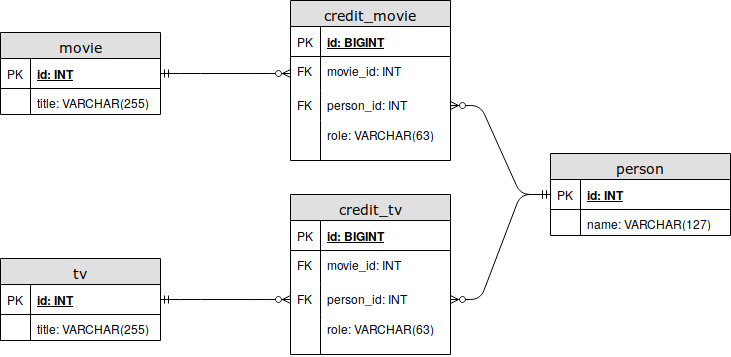
Earlier version of the draw.io export docs/db.png (thebarbershop/tmdb-crawler). Source tidied: cells renumbered, new cells last; positions are measured from the earlier drawing's top-left corner, leaving out a move shared by most shapes.
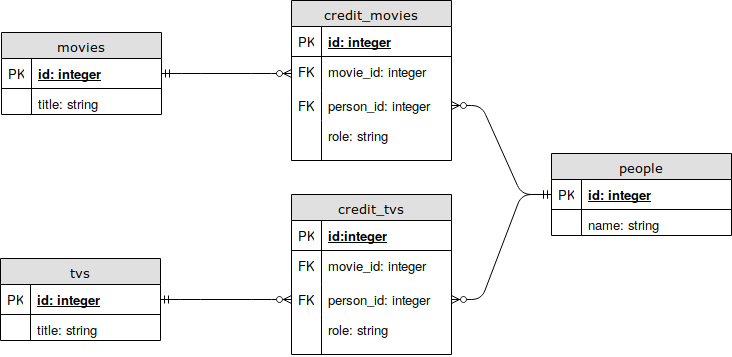
After the change.

Diff of the diagram source:
```diff
@@ -2,148 +2,130 @@
   <root>
     <mxCell id="0" />
     <mxCell id="1" parent="0" />
-    <mxCell id="2" style="edgeStyle=orthogonalEdgeStyle;html=1;endArrow=ERoneToMany;startArrow=ERmandOne;labelBackgroundColor=none;fontFamily=Verdana;fontSize=14;entryX=0;entryY=0.5;exitX=0;exitY=0.5;" parent="1" edge="1" source="x">
-      <mxGeometry relative="1" as="geometry">
-        <mxPoint x="260" as="targetPoint" />
-        <Array as="points">
-          <mxPoint x="220" y="162" />
-          <mxPoint x="220" />
-        </Array>
-      </mxGeometry>
-    </mxCell>
-    <mxCell id="3" style="edgeStyle=orthogonalEdgeStyle;html=1;endArrow=ERzeroToMany;endFill=1;startArrow=ERzeroToMany;labelBackgroundColor=none;fontFamily=Verdana;fontSize=14;entryX=0;entryY=0.5;exitX=0;exitY=0.5;" parent="1" edge="1" source="x">
-      <mxGeometry relative="1" as="geometry">
-        <mxPoint x="260" y="242" as="targetPoint" />
-        <Array as="points">
-          <mxPoint x="220" y="382" />
-          <mxPoint x="220" y="242" />
-        </Array>
-      </mxGeometry>
-    </mxCell>
-    <mxCell id="4" style="edgeStyle=entityRelationEdgeStyle;fontSize=12;html=1;endArrow=ERzeroToMany;startArrow=ERmandOne;" parent="1" edge="1" source="37" target="12">
+    <mxCell id="4" style="edgeStyle=entityRelationEdgeStyle;fontSize=13;html=1;endArrow=ERzeroToMany;startArrow=ERmandOne;" parent="1" edge="1" source="37" target="12">
       <mxGeometry relative="1" as="geometry" />
     </mxCell>
-    <mxCell id="5" style="edgeStyle=entityRelationEdgeStyle;fontSize=12;html=1;endArrow=ERzeroToMany;startArrow=ERmandOne;" parent="1" edge="1" source="42" target="14">
+    <mxCell id="5" style="edgeStyle=entityRelationEdgeStyle;fontSize=13;html=1;endArrow=ERzeroToMany;startArrow=ERmandOne;" parent="1" edge="1" source="42" target="14">
       <mxGeometry relative="1" as="geometry" />
     </mxCell>
-    <mxCell id="6" style="edgeStyle=entityRelationEdgeStyle;fontSize=12;html=1;endArrow=ERzeroToMany;startArrow=ERmandOne;exitX=1;exitY=0.5;exitDx=0;exitDy=0;" parent="1" edge="1" source="30" target="24">
+    <mxCell id="6" style="edgeStyle=entityRelationEdgeStyle;fontSize=13;html=1;endArrow=ERzeroToMany;startArrow=ERmandOne;exitX=1;exitY=0.5;exitDx=0;exitDy=0;" parent="1" edge="1" source="30" target="24">
       <mxGeometry relative="1" as="geometry" />
     </mxCell>
-    <mxCell id="7" style="edgeStyle=entityRelationEdgeStyle;fontSize=12;html=1;endArrow=ERzeroToMany;startArrow=ERmandOne;" parent="1" edge="1" source="42" target="24">
+    <mxCell id="7" style="edgeStyle=entityRelationEdgeStyle;fontSize=13;html=1;endArrow=ERzeroToMany;startArrow=ERmandOne;" parent="1" edge="1" source="42" target="24">
       <mxGeometry relative="1" as="geometry" />
     </mxCell>
-    <mxCell id="8" style="group;" parent="1" vertex="1">
+    <mxCell id="8" style="group;fontSize=13;" parent="1" vertex="1">
       <mxGeometry x="290" y="90" width="160" height="160" as="geometry" />
     </mxCell>
-    <mxCell id="9" value="&lt;div&gt;credit_movie&lt;/div&gt;" style="swimlane;html=1;fontStyle=0;horizontal=1;startSize=26;fillColor=#e0e0e0;swimlaneFillColor=#ffffff;align=center;rounded=0;shadow=0;comic=0;labelBackgroundColor=none;strokeColor=#000000;strokeWidth=1;fontFamily=Verdana;fontSize=14;fontColor=#000000;swimlaneLine=1;" parent="8" vertex="1">
+    <mxCell id="9" value="&lt;div style=&quot;font-size: 13px;&quot;&gt;credit_movies&lt;/div&gt;" style="swimlane;html=1;fontStyle=0;horizontal=1;startSize=26;fillColor=#e0e0e0;swimlaneFillColor=#ffffff;align=center;rounded=0;shadow=0;comic=0;labelBackgroundColor=none;strokeColor=#000000;strokeWidth=1;fontFamily=Verdana;fontSize=13;fontColor=#000000;swimlaneLine=1;" parent="8" vertex="1">
       <mxGeometry y="-3" width="160" height="160" as="geometry" />
     </mxCell>
-    <mxCell id="10" value="id: BIGINT" style="shape=partialRectangle;top=0;left=0;right=0;bottom=1;html=1;align=left;verticalAlign=middle;fillColor=none;spacingLeft=34;spacingRight=4;whiteSpace=wrap;overflow=hidden;fontStyle=5;" parent="9" vertex="1">
+    <mxCell id="10" value="id: integer" style="shape=partialRectangle;top=0;left=0;right=0;bottom=1;html=1;align=left;verticalAlign=middle;fillColor=none;spacingLeft=34;spacingRight=4;whiteSpace=wrap;overflow=hidden;fontStyle=5;fontSize=13;" parent="9" vertex="1">
       <mxGeometry y="26" width="160" height="30" as="geometry" />
     </mxCell>
-    <mxCell id="11" value="PK" style="shape=partialRectangle;top=0;left=0;bottom=0;html=1;fillColor=none;align=left;verticalAlign=middle;spacingLeft=4;spacingRight=4;whiteSpace=wrap;overflow=hidden;" parent="10" vertex="1">
+    <mxCell id="11" value="PK" style="shape=partialRectangle;top=0;left=0;bottom=0;html=1;fillColor=none;align=left;verticalAlign=middle;spacingLeft=4;spacingRight=4;whiteSpace=wrap;overflow=hidden;fontSize=13;" parent="10" vertex="1">
       <mxGeometry width="30" height="30" as="geometry" />
     </mxCell>
-    <mxCell id="12" value="movie_id: INT" style="shape=partialRectangle;top=0;left=0;right=0;bottom=0;html=1;align=left;verticalAlign=top;fillColor=none;spacingLeft=34;spacingRight=4;whiteSpace=wrap;overflow=hidden;points=[[0,0.5],[1,0.5]];portConstraint=eastwest;shadow=0;" parent="9" vertex="1">
+    <mxCell id="12" value="movie_id: integer" style="shape=partialRectangle;top=0;left=0;right=0;bottom=0;html=1;align=left;verticalAlign=top;fillColor=none;spacingLeft=34;spacingRight=4;whiteSpace=wrap;overflow=hidden;points=[[0,0.5],[1,0.5]];portConstraint=eastwest;shadow=0;fontSize=13;" parent="9" vertex="1">
       <mxGeometry y="56" width="160" height="34" as="geometry" />
     </mxCell>
-    <mxCell id="13" value="FK" style="shape=partialRectangle;top=0;left=0;bottom=0;html=1;fillColor=none;align=left;verticalAlign=top;spacingLeft=4;spacingRight=4;whiteSpace=wrap;overflow=hidden;" parent="12" vertex="1">
+    <mxCell id="13" value="FK" style="shape=partialRectangle;top=0;left=0;bottom=0;html=1;fillColor=none;align=left;verticalAlign=top;spacingLeft=4;spacingRight=4;whiteSpace=wrap;overflow=hidden;fontSize=13;" parent="12" vertex="1">
       <mxGeometry width="30" height="34" as="geometry" />
     </mxCell>
-    <mxCell id="14" value="person_id: INT" style="shape=partialRectangle;top=0;left=0;right=0;bottom=0;html=1;align=left;verticalAlign=top;fillColor=none;spacingLeft=34;spacingRight=4;whiteSpace=wrap;overflow=hidden;points=[[0,0.5],[1,0.5]];portConstraint=eastwest;shadow=0;" parent="9" vertex="1">
+    <mxCell id="14" value="person_id: integer" style="shape=partialRectangle;top=0;left=0;right=0;bottom=0;html=1;align=left;verticalAlign=top;fillColor=none;spacingLeft=34;spacingRight=4;whiteSpace=wrap;overflow=hidden;points=[[0,0.5],[1,0.5]];portConstraint=eastwest;shadow=0;fontSize=13;" parent="9" vertex="1">
       <mxGeometry y="90" width="160" height="30" as="geometry" />
     </mxCell>
-    <mxCell id="15" value="FK" style="shape=partialRectangle;top=0;left=0;bottom=0;html=1;fillColor=none;align=left;verticalAlign=top;spacingLeft=4;spacingRight=4;whiteSpace=wrap;overflow=hidden;" parent="14" vertex="1">
+    <mxCell id="15" value="FK" style="shape=partialRectangle;top=0;left=0;bottom=0;html=1;fillColor=none;align=left;verticalAlign=top;spacingLeft=4;spacingRight=4;whiteSpace=wrap;overflow=hidden;fontSize=13;" parent="14" vertex="1">
       <mxGeometry width="30" height="30" as="geometry" />
     </mxCell>
-    <mxCell id="16" value="role: VARCHAR(63)" style="shape=partialRectangle;top=0;left=0;right=0;bottom=0;html=1;align=left;verticalAlign=top;fillColor=none;spacingLeft=34;spacingRight=4;whiteSpace=wrap;overflow=hidden;shadow=0;" parent="9" vertex="1">
+    <mxCell id="16" value="role: string" style="shape=partialRectangle;top=0;left=0;right=0;bottom=0;html=1;align=left;verticalAlign=top;fillColor=none;spacingLeft=34;spacingRight=4;whiteSpace=wrap;overflow=hidden;shadow=0;fontSize=13;" parent="9" vertex="1">
       <mxGeometry y="120" width="160" height="40" as="geometry" />
     </mxCell>
-    <mxCell id="17" style="shape=partialRectangle;top=0;left=0;bottom=0;html=1;fillColor=none;align=left;verticalAlign=top;spacingLeft=4;spacingRight=4;whiteSpace=wrap;overflow=hidden;" parent="16" vertex="1">
+    <mxCell id="17" style="shape=partialRectangle;top=0;left=0;bottom=0;html=1;fillColor=none;align=left;verticalAlign=top;spacingLeft=4;spacingRight=4;whiteSpace=wrap;overflow=hidden;fontSize=13;" parent="16" vertex="1">
       <mxGeometry width="30" height="40" as="geometry" />
     </mxCell>
-    <mxCell id="18" style="group;" parent="1" vertex="1">
+    <mxCell id="18" style="group;fontSize=13;" parent="1" vertex="1">
       <mxGeometry x="290" y="281" width="160" height="160" as="geometry" />
     </mxCell>
-    <mxCell id="19" value="&lt;div&gt;credit_tv&lt;/div&gt;" style="swimlane;html=1;fontStyle=0;horizontal=1;startSize=26;fillColor=#e0e0e0;swimlaneFillColor=#ffffff;align=center;rounded=0;shadow=0;comic=0;labelBackgroundColor=none;strokeColor=#000000;strokeWidth=1;fontFamily=Verdana;fontSize=14;fontColor=#000000;swimlaneLine=1;" parent="18" vertex="1">
+    <mxCell id="19" value="&lt;div style=&quot;font-size: 13px;&quot;&gt;credit_tvs&lt;/div&gt;" style="swimlane;html=1;fontStyle=0;horizontal=1;startSize=26;fillColor=#e0e0e0;swimlaneFillColor=#ffffff;align=center;rounded=0;shadow=0;comic=0;labelBackgroundColor=none;strokeColor=#000000;strokeWidth=1;fontFamily=Verdana;fontSize=13;fontColor=#000000;swimlaneLine=1;" parent="18" vertex="1">
       <mxGeometry width="160" height="160" as="geometry" />
     </mxCell>
-    <mxCell id="20" value="id: BIGINT" style="shape=partialRectangle;top=0;left=0;right=0;bottom=1;html=1;align=left;verticalAlign=middle;fillColor=none;spacingLeft=34;spacingRight=4;whiteSpace=wrap;overflow=hidden;fontStyle=5;" parent="19" vertex="1">
+    <mxCell id="20" value="id:integer" style="shape=partialRectangle;top=0;left=0;right=0;bottom=1;html=1;align=left;verticalAlign=middle;fillColor=none;spacingLeft=34;spacingRight=4;whiteSpace=wrap;overflow=hidden;fontStyle=5;fontSize=13;" parent="19" vertex="1">
       <mxGeometry y="26" width="160" height="30" as="geometry" />
     </mxCell>
-    <mxCell id="21" value="PK" style="shape=partialRectangle;top=0;left=0;bottom=0;html=1;fillColor=none;align=left;verticalAlign=middle;spacingLeft=4;spacingRight=4;whiteSpace=wrap;overflow=hidden;" parent="20" vertex="1">
+    <mxCell id="21" value="PK" style="shape=partialRectangle;top=0;left=0;bottom=0;html=1;fillColor=none;align=left;verticalAlign=middle;spacingLeft=4;spacingRight=4;whiteSpace=wrap;overflow=hidden;fontSize=13;" parent="20" vertex="1">
       <mxGeometry width="30" height="30" as="geometry" />
     </mxCell>
-    <mxCell id="22" value="movie_id: INT" style="shape=partialRectangle;top=0;left=0;right=0;bottom=0;html=1;align=left;verticalAlign=top;fillColor=none;spacingLeft=34;spacingRight=4;whiteSpace=wrap;overflow=hidden;shadow=0;" parent="19" vertex="1">
+    <mxCell id="22" value="movie_id: integer" style="shape=partialRectangle;top=0;left=0;right=0;bottom=0;html=1;align=left;verticalAlign=top;fillColor=none;spacingLeft=34;spacingRight=4;whiteSpace=wrap;overflow=hidden;shadow=0;fontSize=13;" parent="19" vertex="1">
       <mxGeometry y="56" width="160" height="34" as="geometry" />
     </mxCell>
-    <mxCell id="23" value="FK" style="shape=partialRectangle;top=0;left=0;bottom=0;html=1;fillColor=none;align=left;verticalAlign=top;spacingLeft=4;spacingRight=4;whiteSpace=wrap;overflow=hidden;" parent="22" vertex="1">
+    <mxCell id="23" value="FK" style="shape=partialRectangle;top=0;left=0;bottom=0;html=1;fillColor=none;align=left;verticalAlign=top;spacingLeft=4;spacingRight=4;whiteSpace=wrap;overflow=hidden;fontSize=13;" parent="22" vertex="1">
       <mxGeometry width="30" height="34" as="geometry" />
     </mxCell>
-    <mxCell id="24" value="person_id: INT" style="shape=partialRectangle;top=0;left=0;right=0;bottom=0;html=1;align=left;verticalAlign=top;fillColor=none;spacingLeft=34;spacingRight=4;whiteSpace=wrap;overflow=hidden;points=[[0,0.5],[1,0.5]];portConstraint=eastwest;shadow=0;" parent="19" vertex="1">
+    <mxCell id="24" value="person_id: integer" style="shape=partialRectangle;top=0;left=0;right=0;bottom=0;html=1;align=left;verticalAlign=top;fillColor=none;spacingLeft=34;spacingRight=4;whiteSpace=wrap;overflow=hidden;points=[[0,0.5],[1,0.5]];portConstraint=eastwest;shadow=0;fontSize=13;" parent="19" vertex="1">
       <mxGeometry y="90" width="160" height="30" as="geometry" />
     </mxCell>
-    <mxCell id="25" value="FK" style="shape=partialRectangle;top=0;left=0;bottom=0;html=1;fillColor=none;align=left;verticalAlign=top;spacingLeft=4;spacingRight=4;whiteSpace=wrap;overflow=hidden;" parent="24" vertex="1">
+    <mxCell id="25" value="FK" style="shape=partialRectangle;top=0;left=0;bottom=0;html=1;fillColor=none;align=left;verticalAlign=top;spacingLeft=4;spacingRight=4;whiteSpace=wrap;overflow=hidden;fontSize=13;" parent="24" vertex="1">
       <mxGeometry width="30" height="30" as="geometry" />
     </mxCell>
-    <mxCell id="26" value="role: VARCHAR(63)" style="shape=partialRectangle;top=0;left=0;right=0;bottom=0;html=1;align=left;verticalAlign=top;fillColor=none;spacingLeft=34;spacingRight=4;whiteSpace=wrap;overflow=hidden;shadow=0;" parent="19" vertex="1">
+    <mxCell id="26" value="role: string" style="shape=partialRectangle;top=0;left=0;right=0;bottom=0;html=1;align=left;verticalAlign=top;fillColor=none;spacingLeft=34;spacingRight=4;whiteSpace=wrap;overflow=hidden;shadow=0;fontSize=13;" parent="19" vertex="1">
       <mxGeometry y="120" width="160" height="40" as="geometry" />
     </mxCell>
-    <mxCell id="27" style="shape=partialRectangle;top=0;left=0;bottom=0;html=1;fillColor=none;align=left;verticalAlign=top;spacingLeft=4;spacingRight=4;whiteSpace=wrap;overflow=hidden;" parent="26" vertex="1">
+    <mxCell id="27" style="shape=partialRectangle;top=0;left=0;bottom=0;html=1;fillColor=none;align=left;verticalAlign=top;spacingLeft=4;spacingRight=4;whiteSpace=wrap;overflow=hidden;fontSize=13;" parent="26" vertex="1">
       <mxGeometry width="30" height="40" as="geometry" />
     </mxCell>
-    <mxCell id="28" style="group;" parent="1" vertex="1">
+    <mxCell id="28" style="group;fontSize=13;" parent="1" vertex="1">
       <mxGeometry y="345" width="160" height="82" as="geometry" />
     </mxCell>
-    <mxCell id="29" value="tv" style="swimlane;html=1;fontStyle=0;horizontal=1;startSize=26;fillColor=#e0e0e0;swimlaneFillColor=#ffffff;align=center;rounded=0;shadow=0;comic=0;labelBackgroundColor=none;strokeColor=#000000;strokeWidth=1;fontFamily=Verdana;fontSize=14;fontColor=#000000;swimlaneLine=1;" parent="28" vertex="1">
-      <mxGeometry width="160" height="82" as="geometry" />
+    <mxCell id="29" value="tvs" style="swimlane;html=1;fontStyle=0;horizontal=1;startSize=26;fillColor=#e0e0e0;swimlaneFillColor=#ffffff;align=center;rounded=0;shadow=0;comic=0;labelBackgroundColor=none;strokeColor=#000000;strokeWidth=1;fontFamily=Verdana;fontSize=13;fontColor=#000000;swimlaneLine=1;" parent="28" vertex="1">
+      <mxGeometry x="-1" width="160" height="82" as="geometry" />
     </mxCell>
-    <mxCell id="30" value="id: INT" style="shape=partialRectangle;top=0;left=0;right=0;bottom=1;html=1;align=left;verticalAlign=middle;fillColor=none;spacingLeft=34;spacingRight=4;whiteSpace=wrap;overflow=hidden;points=[[0,0.5],[1,0.5]];portConstraint=eastwest;fontStyle=5;" parent="29" vertex="1">
+    <mxCell id="30" value="&lt;div style=&quot;font-size: 13px;&quot;&gt;id: integer&lt;/div&gt;" style="shape=partialRectangle;top=0;left=0;right=0;bottom=1;html=1;align=left;verticalAlign=middle;fillColor=none;spacingLeft=34;spacingRight=4;whiteSpace=wrap;overflow=hidden;points=[[0,0.5],[1,0.5]];portConstraint=eastwest;fontStyle=5;fontSize=13;" parent="29" vertex="1">
       <mxGeometry y="26" width="160" height="30" as="geometry" />
     </mxCell>
-    <mxCell id="31" value="PK" style="shape=partialRectangle;top=0;left=0;bottom=0;html=1;fillColor=none;align=left;verticalAlign=middle;spacingLeft=4;spacingRight=4;whiteSpace=wrap;overflow=hidden;" parent="30" vertex="1">
+    <mxCell id="31" value="PK" style="shape=partialRectangle;top=0;left=0;bottom=0;html=1;fillColor=none;align=left;verticalAlign=middle;spacingLeft=4;spacingRight=4;whiteSpace=wrap;overflow=hidden;fontSize=13;" parent="30" vertex="1">
       <mxGeometry width="30" height="30" as="geometry" />
     </mxCell>
-    <mxCell id="32" value="title: VARCHAR(255)" style="shape=partialRectangle;top=0;left=0;right=0;bottom=0;html=1;align=left;verticalAlign=top;fillColor=none;spacingLeft=34;spacingRight=4;whiteSpace=wrap;overflow=hidden;" parent="29" vertex="1">
+    <mxCell id="32" value="&lt;div style=&quot;font-size: 13px;&quot;&gt;title: string&lt;/div&gt;" style="shape=partialRectangle;top=0;left=0;right=0;bottom=0;html=1;align=left;verticalAlign=top;fillColor=none;spacingLeft=34;spacingRight=4;whiteSpace=wrap;overflow=hidden;fontSize=13;" parent="29" vertex="1">
       <mxGeometry y="56" width="160" height="26" as="geometry" />
     </mxCell>
-    <mxCell id="33" style="shape=partialRectangle;top=0;left=0;bottom=0;html=1;fillColor=none;align=left;verticalAlign=top;spacingLeft=4;spacingRight=4;whiteSpace=wrap;overflow=hidden;" parent="32" vertex="1">
+    <mxCell id="33" style="shape=partialRectangle;top=0;left=0;bottom=0;html=1;fillColor=none;align=left;verticalAlign=top;spacingLeft=4;spacingRight=4;whiteSpace=wrap;overflow=hidden;fontSize=13;" parent="32" vertex="1">
       <mxGeometry width="30" height="26" as="geometry" />
     </mxCell>
-    <mxCell id="34" style="group;" parent="1" vertex="1">
+    <mxCell id="34" style="group;fontSize=13;" parent="1" vertex="1">
       <mxGeometry y="119" width="160" height="82" as="geometry" />
     </mxCell>
-    <mxCell id="35" style="group;" parent="34" vertex="1">
+    <mxCell id="35" style="group;fontSize=13;" parent="34" vertex="1">
       <mxGeometry width="160" height="82" as="geometry" />
     </mxCell>
-    <mxCell id="36" value="movie" style="swimlane;html=1;fontStyle=0;horizontal=1;startSize=26;fillColor=#e0e0e0;swimlaneFillColor=#ffffff;align=center;rounded=0;shadow=0;comic=0;labelBackgroundColor=none;strokeColor=#000000;strokeWidth=1;fontFamily=Verdana;fontSize=14;fontColor=#000000;swimlaneLine=1;" parent="35" vertex="1">
+    <mxCell id="36" value="movies" style="swimlane;html=1;fontStyle=0;horizontal=1;startSize=26;fillColor=#e0e0e0;swimlaneFillColor=#ffffff;align=center;rounded=0;shadow=0;comic=0;labelBackgroundColor=none;strokeColor=#000000;strokeWidth=1;fontFamily=Verdana;fontSize=13;fontColor=#000000;swimlaneLine=1;" parent="35" vertex="1">
       <mxGeometry width="160" height="82" as="geometry" />
     </mxCell>
-    <mxCell id="37" value="id: INT" style="shape=partialRectangle;top=0;left=0;right=0;bottom=1;html=1;align=left;verticalAlign=middle;fillColor=none;spacingLeft=34;spacingRight=4;whiteSpace=wrap;overflow=hidden;points=[[0,0.5],[1,0.5]];portConstraint=eastwest;fontStyle=5;" parent="36" vertex="1">
+    <mxCell id="37" value="id: integer" style="shape=partialRectangle;top=0;left=0;right=0;bottom=1;html=1;align=left;verticalAlign=middle;fillColor=none;spacingLeft=34;spacingRight=4;whiteSpace=wrap;overflow=hidden;points=[[0,0.5],[1,0.5]];portConstraint=eastwest;fontStyle=5;fontSize=13;" parent="36" vertex="1">
       <mxGeometry y="26" width="160" height="30" as="geometry" />
     </mxCell>
-    <mxCell id="38" value="PK" style="shape=partialRectangle;top=0;left=0;bottom=0;html=1;fillColor=none;align=left;verticalAlign=middle;spacingLeft=4;spacingRight=4;whiteSpace=wrap;overflow=hidden;" parent="37" vertex="1">
+    <mxCell id="38" value="PK" style="shape=partialRectangle;top=0;left=0;bottom=0;html=1;fillColor=none;align=left;verticalAlign=middle;spacingLeft=4;spacingRight=4;whiteSpace=wrap;overflow=hidden;fontSize=13;" parent="37" vertex="1">
       <mxGeometry width="30" height="30" as="geometry" />
     </mxCell>
-    <mxCell id="39" value="title: VARCHAR(255)" style="shape=partialRectangle;top=0;left=0;right=0;bottom=0;html=1;align=left;verticalAlign=top;fillColor=none;spacingLeft=34;spacingRight=4;whiteSpace=wrap;overflow=hidden;" parent="36" vertex="1">
+    <mxCell id="39" value="title: string" style="shape=partialRectangle;top=0;left=0;right=0;bottom=0;html=1;align=left;verticalAlign=top;fillColor=none;spacingLeft=34;spacingRight=4;whiteSpace=wrap;overflow=hidden;fontSize=13;" parent="36" vertex="1">
       <mxGeometry y="56" width="160" height="26" as="geometry" />
     </mxCell>
-    <mxCell id="40" style="shape=partialRectangle;top=0;left=0;bottom=0;html=1;fillColor=none;align=left;verticalAlign=top;spacingLeft=4;spacingRight=4;whiteSpace=wrap;overflow=hidden;" parent="39" vertex="1">
+    <mxCell id="40" style="shape=partialRectangle;top=0;left=0;bottom=0;html=1;fillColor=none;align=left;verticalAlign=top;spacingLeft=4;spacingRight=4;whiteSpace=wrap;overflow=hidden;fontSize=13;" parent="39" vertex="1">
       <mxGeometry width="30" height="26" as="geometry" />
     </mxCell>
-    <mxCell id="41" value="person" style="swimlane;html=1;fontStyle=0;horizontal=1;startSize=26;fillColor=#e0e0e0;swimlaneFillColor=#ffffff;align=center;rounded=0;shadow=0;comic=0;labelBackgroundColor=none;strokeColor=#000000;strokeWidth=1;fontFamily=Verdana;fontSize=14;fontColor=#000000;swimlaneLine=1;" parent="1" vertex="1">
+    <mxCell id="41" value="people" style="swimlane;html=1;fontStyle=0;horizontal=1;startSize=26;fillColor=#e0e0e0;swimlaneFillColor=#ffffff;align=center;rounded=0;shadow=0;comic=0;labelBackgroundColor=none;strokeColor=#000000;strokeWidth=1;fontFamily=Verdana;fontSize=13;fontColor=#000000;swimlaneLine=1;" parent="1" vertex="1">
       <mxGeometry x="550" y="240" width="180" height="82" as="geometry" />
     </mxCell>
-    <mxCell id="42" value="id: INT" style="shape=partialRectangle;top=0;left=0;right=0;bottom=1;html=1;align=left;verticalAlign=middle;fillColor=none;spacingLeft=34;spacingRight=4;whiteSpace=wrap;overflow=hidden;points=[[0,0.5],[1,0.5]];portConstraint=eastwest;fontStyle=5;" parent="41" vertex="1">
+    <mxCell id="42" value="id: integer" style="shape=partialRectangle;top=0;left=0;right=0;bottom=1;html=1;align=left;verticalAlign=middle;fillColor=none;spacingLeft=34;spacingRight=4;whiteSpace=wrap;overflow=hidden;points=[[0,0.5],[1,0.5]];portConstraint=eastwest;fontStyle=5;fontSize=13;" parent="41" vertex="1">
       <mxGeometry y="26" width="180" height="30" as="geometry" />
     </mxCell>
-    <mxCell id="43" value="PK" style="shape=partialRectangle;top=0;left=0;bottom=0;html=1;fillColor=none;align=left;verticalAlign=middle;spacingLeft=4;spacingRight=4;whiteSpace=wrap;overflow=hidden;" parent="42" vertex="1">
+    <mxCell id="43" value="PK" style="shape=partialRectangle;top=0;left=0;bottom=0;html=1;fillColor=none;align=left;verticalAlign=middle;spacingLeft=4;spacingRight=4;whiteSpace=wrap;overflow=hidden;fontSize=13;" parent="42" vertex="1">
       <mxGeometry width="30" height="30" as="geometry" />
     </mxCell>
-    <mxCell id="44" value="&lt;div&gt;name: VARCHAR(127)&lt;/div&gt;" style="shape=partialRectangle;top=0;left=0;right=0;bottom=0;html=1;align=left;verticalAlign=top;fillColor=none;spacingLeft=34;spacingRight=4;whiteSpace=wrap;overflow=hidden;" parent="41" vertex="1">
+    <mxCell id="44" value="&lt;div style=&quot;font-size: 13px;&quot;&gt;name: string&lt;/div&gt;" style="shape=partialRectangle;top=0;left=0;right=0;bottom=0;html=1;align=left;verticalAlign=top;fillColor=none;spacingLeft=34;spacingRight=4;whiteSpace=wrap;overflow=hidden;fontSize=13;" parent="41" vertex="1">
       <mxGeometry y="56" width="180" height="26" as="geometry" />
     </mxCell>
-    <mxCell id="45" style="shape=partialRectangle;top=0;left=0;bottom=0;html=1;fillColor=none;align=left;verticalAlign=top;spacingLeft=4;spacingRight=4;whiteSpace=wrap;overflow=hidden;" parent="44" vertex="1">
+    <mxCell id="45" style="shape=partialRectangle;top=0;left=0;bottom=0;html=1;fillColor=none;align=left;verticalAlign=top;spacingLeft=4;spacingRight=4;whiteSpace=wrap;overflow=hidden;fontSize=13;" parent="44" vertex="1">
       <mxGeometry width="30" height="26" as="geometry" />
     </mxCell>
   </root>
```
